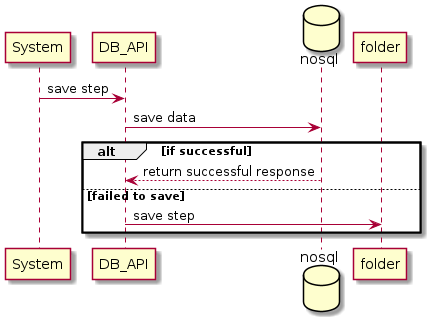
This is out/src/doc/db/db.png from sadeeqilu/JsonToXML, a PlantUML export, as it was before one commit.
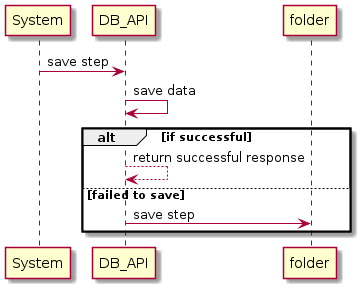
After the change.

The edit, as a diff of the source:
```diff
@@ -2,12 +2,11 @@
 !startsub DB
 participant System
 participant DB_API
-database nosql
 participant folder
 System -> DB_API : save step
-DB_API -> nosql : save data
+DB_API -> DB_API : save data
 alt if successful
-    nosql --> DB_API : return successful response
+    DB_API --> DB_API : return successful response
 else failed to save
     DB_API -> folder : save step
 end
```
